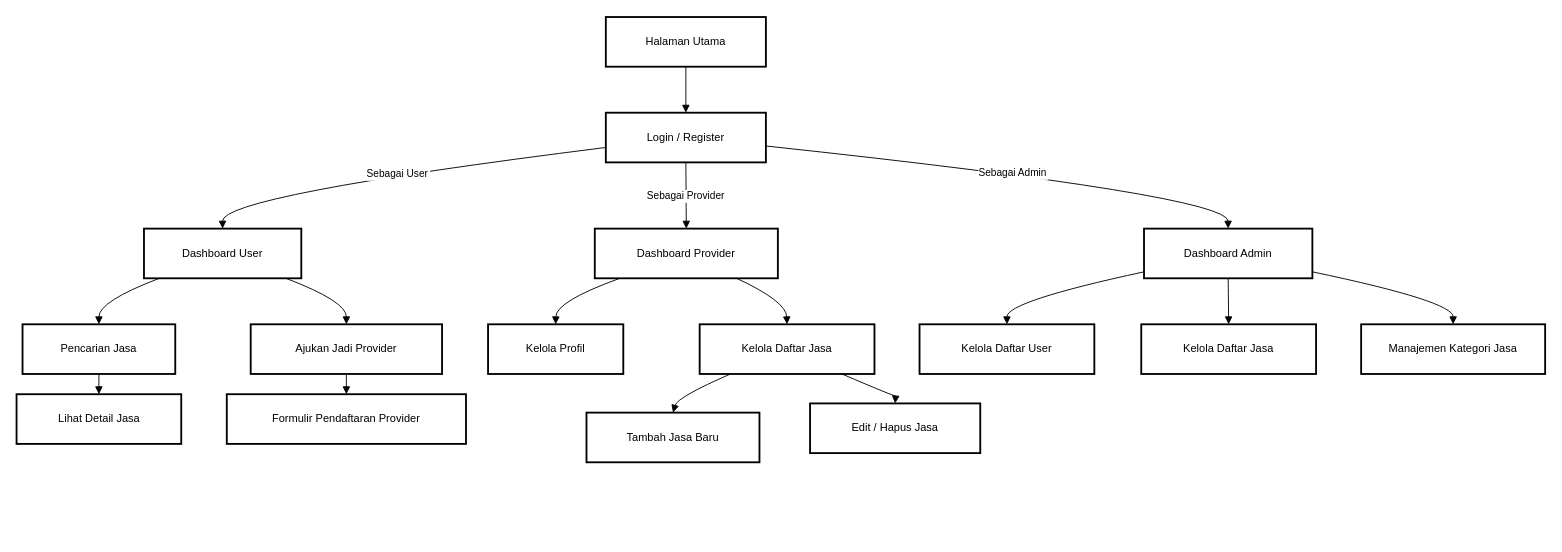
The draw.io diagram userflow-carijasa.drawio in humamafif/mydrawio, before the edit. Source tidied: cells renumbered, new cells numbered last; positions are measured from the earlier drawing's top-left corner, leaving out a move shared by most shapes. Both pictures are drawn from the tidied source at 92%, with x=0, y=0 at pixel (16, 17).
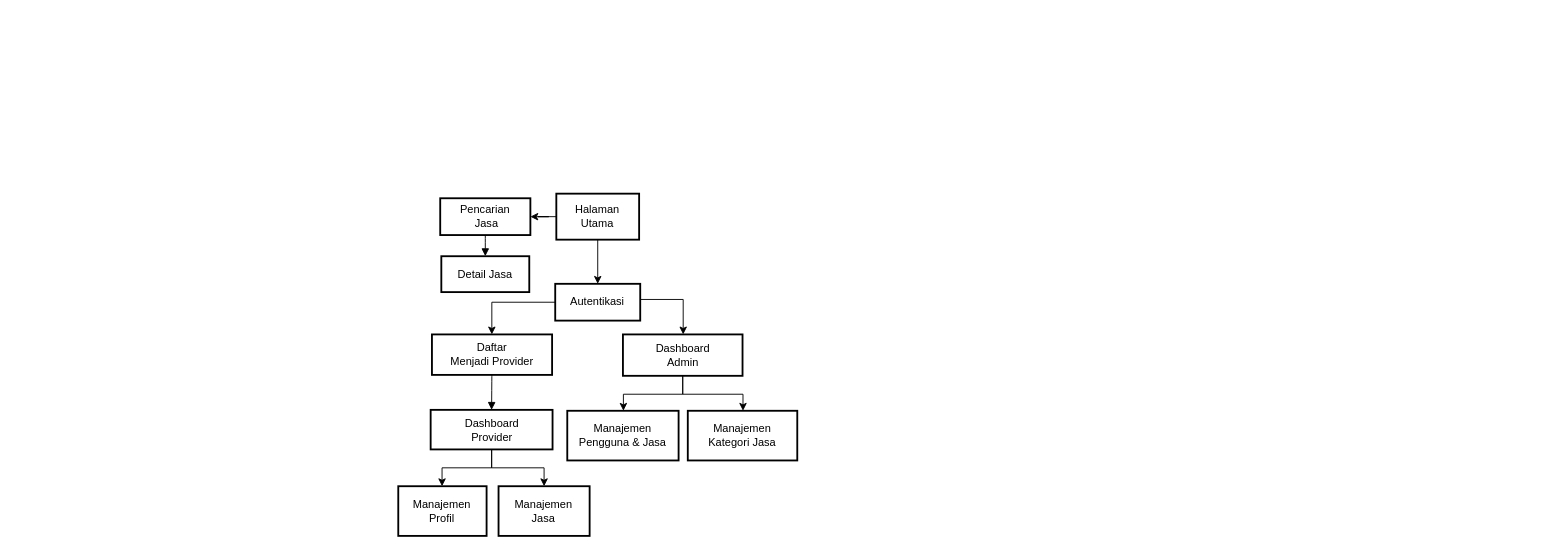
The same page after the edit.

Change to the diagram source:
```diff
@@
+    <mxCell id="33" style="edgeStyle=orthogonalEdgeStyle;rounded=0;jettySize=auto;html=1;" parent="1" edge="1" source="2" target="7">
+      <mxGeometry relative="1" as="geometry" />
+    </mxCell>
+    <mxCell id="34" style="edgeStyle=orthogonalEdgeStyle;rounded=0;jettySize=auto;html=1;" parent="1" edge="1" source="2" target="38">
+      <mxGeometry relative="1" as="geometry" />
+    </mxCell>
-    <mxCell id="2" value="Halaman Utama" style="whiteSpace=wrap;strokeWidth=2;" parent="1" vertex="1">
-      <mxGeometry x="641" width="174" height="54" as="geometry" />
+    <mxCell id="2" value="Halaman&#10;Utama" style="whiteSpace=wrap;strokeWidth=2;" parent="1" vertex="1">
+      <mxGeometry x="587.2" y="192" width="90" height="50" as="geometry" />
     </mxCell>
-    <mxCell id="3" value="Login / Register" style="whiteSpace=wrap;strokeWidth=2;" parent="1" vertex="1">
-      <mxGeometry x="641" y="104" width="174" height="54" as="geometry" />
-    </mxCell>
-    <mxCell id="4" value="Dashboard User" style="whiteSpace=wrap;strokeWidth=2;" parent="1" vertex="1">
-      <mxGeometry x="139" y="230" width="171" height="54" as="geometry" />
-    </mxCell>
+    <mxCell id="7" value="Pencarian&#10; Jasa" style="whiteSpace=wrap;strokeWidth=2;" parent="1" vertex="1">
+      <mxGeometry x="461" y="197" width="98" height="40" as="geometry" />
+    </mxCell>
+    <mxCell id="35" value="Detail Jasa" style="whiteSpace=wrap;strokeWidth=2;" parent="1" vertex="1">
+      <mxGeometry x="462.2" y="260" width="95.6" height="39" as="geometry" />
+    </mxCell>
+    <mxCell id="36" style="edgeStyle=orthogonalEdgeStyle;rounded=0;jettySize=auto;html=1;" parent="1" edge="1" source="38" target="39">
+      <mxGeometry relative="1" as="geometry">
+        <Array as="points">
+          <mxPoint x="517.1" y="310" />
+        </Array>
+      </mxGeometry>
+    </mxCell>
+    <mxCell id="37" style="edgeStyle=orthogonalEdgeStyle;rounded=0;jettySize=auto;html=1;" parent="1" edge="1" source="38" target="6">
+      <mxGeometry relative="1" as="geometry">
+        <Array as="points">
+          <mxPoint x="725.1" y="307" />
+        </Array>
+      </mxGeometry>
+    </mxCell>
+    <mxCell id="38" value="Autentikasi" style="whiteSpace=wrap;strokeWidth=2;" parent="1" vertex="1">
+      <mxGeometry x="586" y="290" width="92.4" height="40" as="geometry" />
+    </mxCell>
+    <mxCell id="39" value="Daftar &#10;Menjadi Provider" style="whiteSpace=wrap;strokeWidth=2;" parent="1" vertex="1">
+      <mxGeometry x="452" y="345" width="130.6" height="44" as="geometry" />
+    </mxCell>
+    <mxCell id="40" style="edgeStyle=orthogonalEdgeStyle;rounded=0;jettySize=auto;html=1;" parent="1" edge="1" source="5" target="42">
+      <mxGeometry relative="1" as="geometry">
+        <Array as="points">
+          <mxPoint x="517" y="490" />
+          <mxPoint x="463" y="490" />
+        </Array>
+      </mxGeometry>
+    </mxCell>
+    <mxCell id="41" style="edgeStyle=orthogonalEdgeStyle;rounded=0;jettySize=auto;html=1;" parent="1" edge="1" source="5" target="43">
+      <mxGeometry relative="1" as="geometry" />
+    </mxCell>
-    <mxCell id="5" value="Dashboard Provider" style="whiteSpace=wrap;strokeWidth=2;" parent="1" vertex="1">
-      <mxGeometry x="629" y="230" width="199" height="54" as="geometry" />
+    <mxCell id="5" value="Dashboard &#10;Provider" style="whiteSpace=wrap;strokeWidth=2;" parent="1" vertex="1">
+      <mxGeometry x="450.6" y="427" width="132.5" height="43" as="geometry" />
     </mxCell>
+    <mxCell id="42" value="Manajemen&#10;Profil" style="whiteSpace=wrap;strokeWidth=2;" parent="1" vertex="1">
+      <mxGeometry x="415.4" y="510" width="96" height="54" as="geometry" />
+    </mxCell>
+    <mxCell id="43" value="Manajemen &#10;Jasa" style="whiteSpace=wrap;strokeWidth=2;" parent="1" vertex="1">
+      <mxGeometry x="524.4" y="510" width="99" height="54" as="geometry" />
+    </mxCell>
+    <mxCell id="44" style="edgeStyle=orthogonalEdgeStyle;rounded=0;jettySize=auto;html=1;" parent="1" edge="1" source="6" target="45">
+      <mxGeometry relative="1" as="geometry">
+        <Array as="points">
+          <mxPoint x="724.1" y="410" />
+          <mxPoint x="660.1" y="410" />
+        </Array>
+      </mxGeometry>
+    </mxCell>
+    <mxCell id="32" style="edgeStyle=orthogonalEdgeStyle;rounded=0;jettySize=auto;html=1;" parent="1" edge="1" source="6" target="17">
+      <mxGeometry relative="1" as="geometry">
+        <Array as="points">
+          <mxPoint x="724.1" y="410" />
+          <mxPoint x="790.1" y="410" />
+        </Array>
+      </mxGeometry>
+    </mxCell>
-    <mxCell id="6" value="Dashboard Admin" style="whiteSpace=wrap;strokeWidth=2;" parent="1" vertex="1">
-      <mxGeometry x="1226" y="230" width="183" height="54" as="geometry" />
+    <mxCell id="6" value="Dashboard &#10;Admin" style="whiteSpace=wrap;strokeWidth=2;" parent="1" vertex="1">
+      <mxGeometry x="659.6" y="345" width="130" height="45" as="geometry" />
     </mxCell>
-    <mxCell id="7" value="Pencarian Jasa" style="whiteSpace=wrap;strokeWidth=2;" parent="1" vertex="1">
-      <mxGeometry x="7" y="334" width="166" height="54" as="geometry" />
-    </mxCell>
-    <mxCell id="8" value="Lihat Detail Jasa" style="whiteSpace=wrap;strokeWidth=2;" parent="1" vertex="1">
-      <mxGeometry x="0.5" y="410" width="179" height="54" as="geometry" />
-    </mxCell>
-    <mxCell id="9" value="Ajukan Jadi Provider" style="whiteSpace=wrap;strokeWidth=2;" parent="1" vertex="1">
-      <mxGeometry x="255" y="334" width="208" height="54" as="geometry" />
-    </mxCell>
-    <mxCell id="10" value="Formulir Pendaftaran Provider" style="whiteSpace=wrap;strokeWidth=2;" parent="1" vertex="1">
-      <mxGeometry x="229" y="410" width="260" height="54" as="geometry" />
-    </mxCell>
-    <mxCell id="11" value="Kelola Profil" style="whiteSpace=wrap;strokeWidth=2;" parent="1" vertex="1">
-      <mxGeometry x="513" y="334" width="147" height="54" as="geometry" />
-    </mxCell>
-    <mxCell id="12" value="Kelola Daftar Jasa" style="whiteSpace=wrap;strokeWidth=2;" parent="1" vertex="1">
-      <mxGeometry x="743" y="334" width="190" height="54" as="geometry" />
-    </mxCell>
-    <mxCell id="13" value="Tambah Jasa Baru" style="whiteSpace=wrap;strokeWidth=2;" parent="1" vertex="1">
-      <mxGeometry x="620" y="430" width="188" height="54" as="geometry" />
-    </mxCell>
-    <mxCell id="14" value="Edit / Hapus Jasa" style="whiteSpace=wrap;strokeWidth=2;" parent="1" vertex="1">
-      <mxGeometry x="863" y="420" width="185" height="54" as="geometry" />
-    </mxCell>
-    <mxCell id="15" value="Kelola Daftar User" style="whiteSpace=wrap;strokeWidth=2;" parent="1" vertex="1">
-      <mxGeometry x="982" y="334" width="190" height="54" as="geometry" />
-    </mxCell>
-    <mxCell id="16" value="Kelola Daftar Jasa" style="whiteSpace=wrap;strokeWidth=2;" parent="1" vertex="1">
-      <mxGeometry x="1223" y="334" width="190" height="54" as="geometry" />
-    </mxCell>
+    <mxCell id="45" value="Manajemen&#10;Pengguna &amp; Jasa" style="whiteSpace=wrap;strokeWidth=2;" parent="1" vertex="1">
+      <mxGeometry x="599.1" y="428" width="121" height="54" as="geometry" />
+    </mxCell>
-    <mxCell id="17" value="Manajemen Kategori Jasa" style="whiteSpace=wrap;strokeWidth=2;" parent="1" vertex="1">
-      <mxGeometry x="1462" y="334" width="200" height="54" as="geometry" />
+    <mxCell id="17" value="Manajemen &#10;Kategori Jasa" style="whiteSpace=wrap;strokeWidth=2;" parent="1" vertex="1">
+      <mxGeometry x="730.1" y="428" width="119" height="54" as="geometry" />
     </mxCell>
-    <mxCell id="18" style="curved=1;startArrow=none;endArrow=block;exitX=0.5;exitY=1;entryX=0.5;entryY=0;rounded=0;" parent="1" edge="1" source="2" target="3">
-      <mxGeometry relative="1" as="geometry" />
-    </mxCell>
-    <mxCell id="19" value="Sebagai User" style="curved=1;startArrow=none;endArrow=block;exitX=0;exitY=0.7;entryX=0.5;entryY=0.01;rounded=0;" parent="1" edge="1" source="3" target="4">
-      <mxGeometry relative="1" as="geometry">
-        <Array as="points">
-          <mxPoint x="224" y="194" />
-        </Array>
-      </mxGeometry>
-    </mxCell>
-    <mxCell id="20" value="Sebagai Provider" style="curved=1;startArrow=none;endArrow=block;exitX=0.5;exitY=1;entryX=0.5;entryY=0.01;rounded=0;" parent="1" edge="1" source="3" target="5">
-      <mxGeometry relative="1" as="geometry" />
-    </mxCell>
-    <mxCell id="21" value="Sebagai Admin" style="curved=1;startArrow=none;endArrow=block;exitX=1;exitY=0.67;entryX=0.5;entryY=0.01;rounded=0;" parent="1" edge="1" source="3" target="6">
-      <mxGeometry relative="1" as="geometry">
-        <Array as="points">
-          <mxPoint x="1317" y="194" />
-        </Array>
-      </mxGeometry>
-    </mxCell>
-    <mxCell id="22" style="curved=1;startArrow=none;endArrow=block;exitX=0.09;exitY=1.01;entryX=0.5;entryY=0.01;rounded=0;" parent="1" edge="1" source="4" target="7">
-      <mxGeometry relative="1" as="geometry">
-        <Array as="points">
-          <mxPoint x="90" y="309" />
-        </Array>
-      </mxGeometry>
-    </mxCell>
-    <mxCell id="23" style="curved=1;startArrow=none;endArrow=block;exitX=0.5;exitY=1.01;entryX=0.5;entryY=0.01;rounded=0;" parent="1" edge="1" source="7" target="8">
-      <mxGeometry relative="1" as="geometry" />
-    </mxCell>
-    <mxCell id="24" style="curved=1;startArrow=none;endArrow=block;exitX=0.91;exitY=1.01;entryX=0.5;entryY=0.01;rounded=0;" parent="1" edge="1" source="4" target="9">
-      <mxGeometry relative="1" as="geometry">
-        <Array as="points">
-          <mxPoint x="359" y="309" />
-        </Array>
-      </mxGeometry>
-    </mxCell>
-    <mxCell id="25" style="curved=1;startArrow=none;endArrow=block;exitX=0.5;exitY=1.01;entryX=0.5;entryY=0;rounded=0;" parent="1" edge="1" source="9" target="10">
-      <mxGeometry relative="1" as="geometry" />
-    </mxCell>
-    <mxCell id="26" style="curved=1;startArrow=none;endArrow=block;exitX=0.13;exitY=1.01;entryX=0.5;entryY=0.01;rounded=0;" parent="1" edge="1" source="5" target="11">
-      <mxGeometry relative="1" as="geometry">
-        <Array as="points">
-          <mxPoint x="587" y="309" />
-        </Array>
-      </mxGeometry>
-    </mxCell>
-    <mxCell id="27" style="curved=1;startArrow=none;endArrow=block;exitX=0.78;exitY=1.01;entryX=0.5;entryY=0.01;rounded=0;" parent="1" edge="1" source="5" target="12">
-      <mxGeometry relative="1" as="geometry">
-        <Array as="points">
-          <mxPoint x="837" y="309" />
-        </Array>
-      </mxGeometry>
-    </mxCell>
-    <mxCell id="28" style="curved=1;startArrow=none;endArrow=block;exitX=0.17;exitY=1.01;entryX=0.5;entryY=0.01;rounded=0;" parent="1" edge="1" source="12" target="13">
-      <mxGeometry relative="1" as="geometry">
-        <Array as="points">
-          <mxPoint x="719" y="413" />
-        </Array>
-      </mxGeometry>
-    </mxCell>
-    <mxCell id="29" style="curved=1;startArrow=none;endArrow=block;exitX=0.82;exitY=1.01;entryX=0.5;entryY=0.01;rounded=0;" parent="1" edge="1" source="12" target="14">
-      <mxGeometry relative="1" as="geometry">
-        <Array as="points">
-          <mxPoint x="956" y="413" />
-        </Array>
-      </mxGeometry>
-    </mxCell>
-    <mxCell id="30" style="curved=1;startArrow=none;endArrow=block;exitX=0;exitY=0.87;entryX=0.5;entryY=0.01;rounded=0;" parent="1" edge="1" source="6" target="15">
-      <mxGeometry relative="1" as="geometry">
-        <Array as="points">
-          <mxPoint x="1077" y="309" />
-        </Array>
-      </mxGeometry>
-    </mxCell>
-    <mxCell id="31" style="curved=1;startArrow=none;endArrow=block;exitX=0.5;exitY=1.01;entryX=0.5;entryY=0.01;rounded=0;" parent="1" edge="1" source="6" target="16">
-      <mxGeometry relative="1" as="geometry" />
-    </mxCell>
-    <mxCell id="32" style="curved=1;startArrow=none;endArrow=block;exitX=1;exitY=0.87;entryX=0.5;entryY=0.01;rounded=0;" parent="1" edge="1" source="6" target="17">
-      <mxGeometry relative="1" as="geometry">
-        <Array as="points">
-          <mxPoint x="1562" y="309" />
-        </Array>
-      </mxGeometry>
-    </mxCell>
+    <mxCell id="46" style="curved=1;startArrow=none;endArrow=block;exitX=0.5;exitY=1;entryX=0.5;entryY=0;rounded=0;" parent="1" edge="1" source="7" target="35">
+      <mxGeometry relative="1" as="geometry" />
+    </mxCell>
+    <mxCell id="47" style="curved=1;startArrow=none;endArrow=block;entryX=0.5;entryY=0;rounded=0;" parent="1" edge="1" source="39" target="5">
+      <mxGeometry relative="1" as="geometry" />
+    </mxCell>
```
